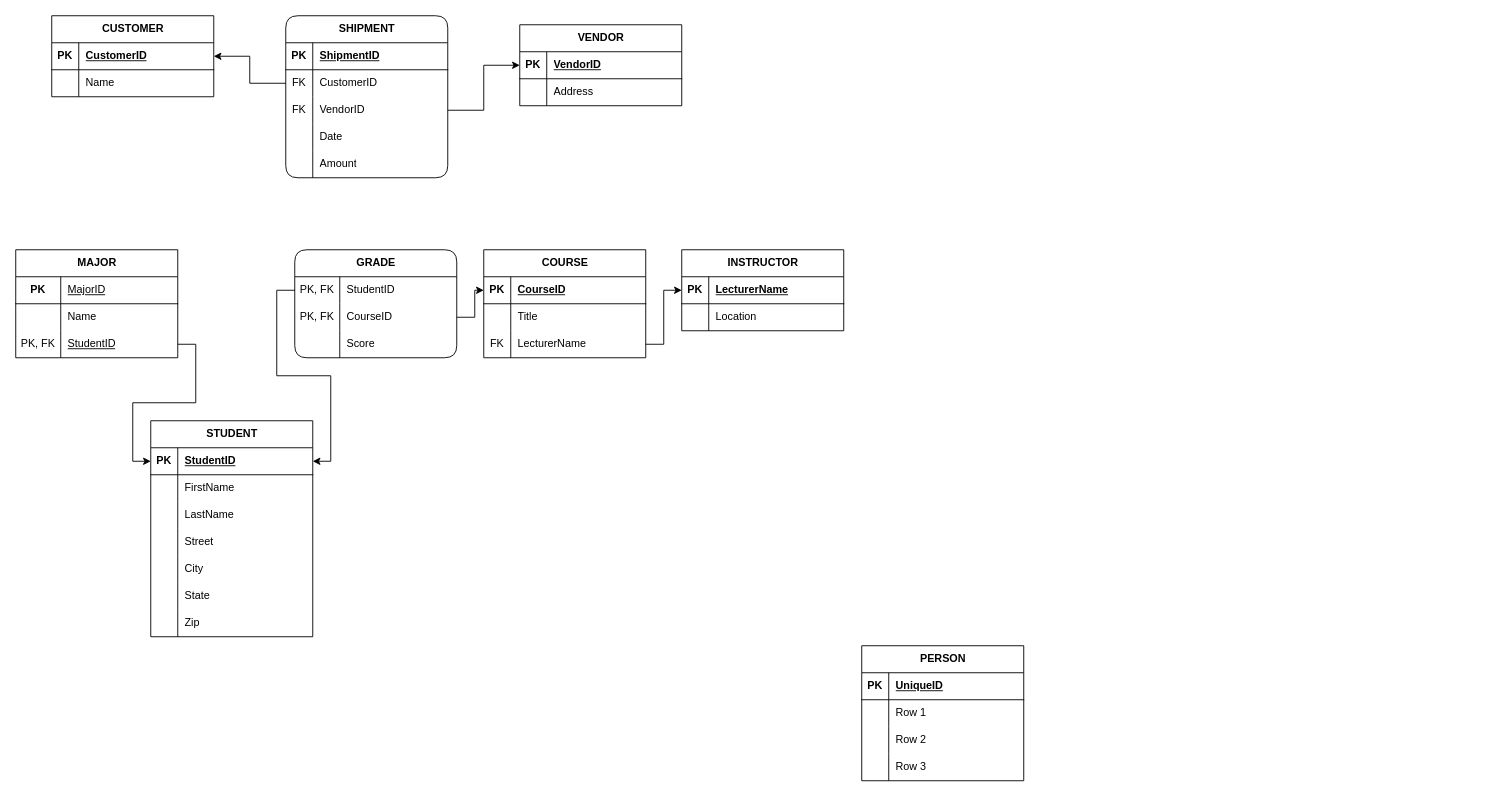
The draw.io diagram C4 ERD.drawio in SamanZargarzadeh/ERD, before the edit. Source tidied: cells renumbered, new cells numbered last; positions are measured from the earlier drawing's top-left corner, leaving out a move shared by most shapes. Both pictures are drawn from the tidied source at 90%, with x=0, y=0 at pixel (15, 15).
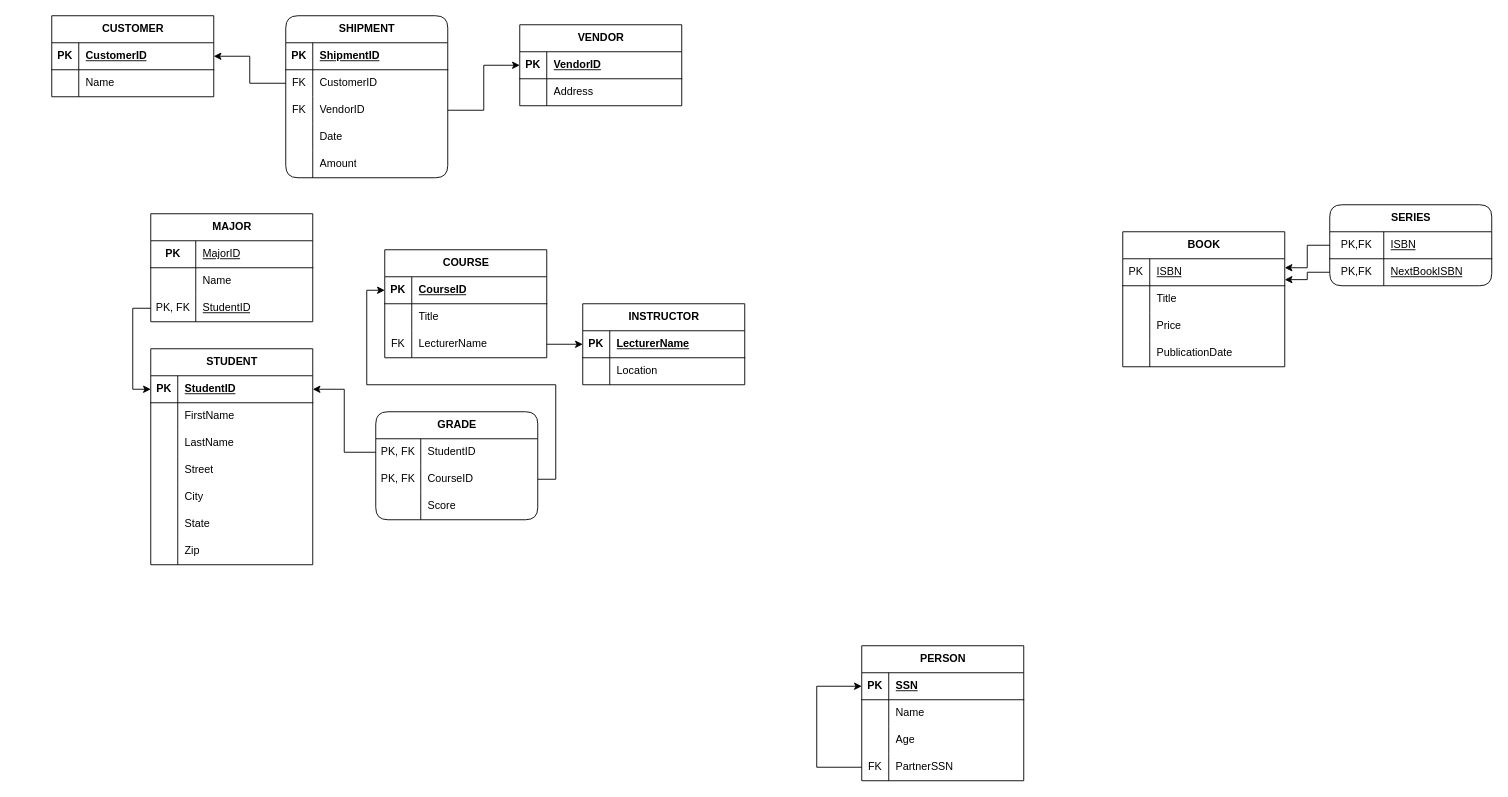
The same page after the edit.

Unchanged cells that the change refers to:
```xml
<mxCell id="100" style="shape=tableRow;horizontal=0;startSize=0;swimlaneHead=0;swimlaneBody=0;fillColor=none;points=[[0,0.5],[1,0.5]];portConstraint=eastwest;top=0;left=0;right=0;bottom=1;" parent="99" vertex="1">
  <mxGeometry y="30" width="180" height="30" as="geometry" />
</mxCell>
<mxCell id="103" style="shape=tableRow;horizontal=0;startSize=0;swimlaneHead=0;swimlaneBody=0;fillColor=none;top=0;left=0;right=0;bottom=0;" parent="99" vertex="1">
  <mxGeometry y="60" width="180" height="30" as="geometry" />
</mxCell>
<mxCell id="106" style="shape=tableRow;horizontal=0;startSize=0;swimlaneHead=0;swimlaneBody=0;fillColor=none;top=0;left=0;right=0;bottom=0;" parent="99" vertex="1">
  <mxGeometry y="90" width="180" height="30" as="geometry" />
</mxCell>
<mxCell id="109" style="shape=tableRow;horizontal=0;startSize=0;swimlaneHead=0;swimlaneBody=0;fillColor=none;points=[[0,0.5],[1,0.5]];portConstraint=eastwest;top=0;left=0;right=0;bottom=0;" parent="99" vertex="1">
  <mxGeometry y="120" width="180" height="30" as="geometry" />
</mxCell>
```

What changed in the source:
```diff
@@
+    <mxCell id="112" style="edgeStyle=orthogonalEdgeStyle;rounded=0;jettySize=auto;html=1;entryX=0;entryY=0.5;entryDx=0;entryDy=0;" parent="1" edge="1" source="109" target="100">
+      <mxGeometry relative="1" as="geometry">
+        <Array as="points">
+          <mxPoint x="890" y="835" />
+          <mxPoint x="890" y="745" />
+        </Array>
+      </mxGeometry>
+    </mxCell>
@@
     <mxCell id="36" value="STUDENT" style="shape=table;startSize=30;childLayout=tableLayout;rowLines=0;fontStyle=1;align=center;html=1;" parent="1" vertex="1">
-      <mxGeometry x="150" y="450" width="180" height="240" as="geometry" />
+      <mxGeometry x="150" y="370" width="180" height="240" as="geometry" />
     </mxCell>
@@
     <mxCell id="58" value="COURSE" style="shape=table;startSize=30;childLayout=tableLayout;rowLines=0;fontStyle=1;align=center;html=1;" parent="1" vertex="1">
-      <mxGeometry x="520" y="260" width="180" height="120" as="geometry" />
+      <mxGeometry x="410" y="260" width="180" height="120" as="geometry" />
     </mxCell>
@@
     <mxCell id="68" value="INSTRUCTOR" style="shape=table;startSize=30;childLayout=tableLayout;rowLines=0;fontStyle=1;align=center;html=1;" parent="1" vertex="1">
-      <mxGeometry x="740" y="260" width="180" height="90" as="geometry" />
+      <mxGeometry x="630" y="320" width="180" height="90" as="geometry" />
     </mxCell>
@@
     <mxCell id="75" value="MAJOR" style="shape=table;startSize=30;childLayout=tableLayout;rowLines=0;fontStyle=1;align=center;html=1;" parent="1" vertex="1">
-      <mxGeometry y="260" width="180" height="120" as="geometry" />
+      <mxGeometry x="150" y="220" width="180" height="120" as="geometry" />
     </mxCell>
@@
     <mxCell id="85" value="GRADE" style="shape=table;startSize=30;childLayout=tableLayout;rowLines=0;fontStyle=1;align=center;html=1;rounded=1;" parent="1" vertex="1">
-      <mxGeometry x="310" y="260" width="180" height="120" as="geometry" />
+      <mxGeometry x="400" y="440" width="180" height="120" as="geometry" />
     </mxCell>
@@
-    <mxCell id="102" value="UniqueID" style="shape=partialRectangle;fillColor=none;top=0;left=0;bottom=0;right=0;align=left;spacingLeft=6;fontStyle=5;overflow=hidden;whiteSpace=wrap;html=1;" parent="100" vertex="1">
+    <mxCell id="102" value="SSN" style="shape=partialRectangle;fillColor=none;top=0;left=0;bottom=0;right=0;align=left;spacingLeft=6;fontStyle=5;overflow=hidden;whiteSpace=wrap;html=1;" parent="100" vertex="1">
       <mxGeometry x="30" width="150" height="30" as="geometry" />
     </mxCell>
@@
-    <mxCell id="105" value="Row 1" style="shape=partialRectangle;fillColor=none;top=0;left=0;bottom=0;right=0;align=left;spacingLeft=6;overflow=hidden;whiteSpace=wrap;html=1;" parent="103" vertex="1">
+    <mxCell id="105" value="Name" style="shape=partialRectangle;fillColor=none;top=0;left=0;bottom=0;right=0;align=left;spacingLeft=6;overflow=hidden;whiteSpace=wrap;html=1;" parent="103" vertex="1">
       <mxGeometry x="30" width="150" height="30" as="geometry" />
     </mxCell>
@@
-    <mxCell id="108" value="Row 2" style="shape=partialRectangle;fillColor=none;top=0;left=0;bottom=0;right=0;align=left;spacingLeft=6;overflow=hidden;whiteSpace=wrap;html=1;" parent="106" vertex="1">
+    <mxCell id="108" value="Age" style="shape=partialRectangle;fillColor=none;top=0;left=0;bottom=0;right=0;align=left;spacingLeft=6;overflow=hidden;whiteSpace=wrap;html=1;" parent="106" vertex="1">
       <mxGeometry x="30" width="150" height="30" as="geometry" />
     </mxCell>
@@
-    <mxCell id="110" style="shape=partialRectangle;fillColor=none;top=0;left=0;bottom=0;right=0;overflow=hidden;whiteSpace=wrap;html=1;" parent="109" vertex="1">
+    <mxCell id="110" value="FK" style="shape=partialRectangle;fillColor=none;top=0;left=0;bottom=0;right=0;overflow=hidden;whiteSpace=wrap;html=1;" parent="109" vertex="1">
       <mxGeometry width="30" height="30" as="geometry" />
     </mxCell>
-    <mxCell id="111" value="Row 3" style="shape=partialRectangle;fillColor=none;top=0;left=0;bottom=0;right=0;align=left;spacingLeft=6;overflow=hidden;whiteSpace=wrap;html=1;" parent="109" vertex="1">
+    <mxCell id="111" value="PartnerSSN" style="shape=partialRectangle;fillColor=none;top=0;left=0;bottom=0;right=0;align=left;spacingLeft=6;overflow=hidden;whiteSpace=wrap;html=1;" parent="109" vertex="1">
       <mxGeometry x="30" width="150" height="30" as="geometry" />
     </mxCell>
+    <mxCell id="113" value="BOOK" style="shape=table;startSize=30;childLayout=tableLayout;rowLines=0;fontStyle=1;align=center;html=1;" parent="1" vertex="1">
+      <mxGeometry x="1230" y="240" width="180" height="150" as="geometry" />
+    </mxCell>
+    <mxCell id="114" style="shape=tableRow;horizontal=0;startSize=0;swimlaneHead=0;swimlaneBody=0;fillColor=none;points=[[0,0.5],[1,0.5]];portConstraint=eastwest;top=0;left=0;right=0;bottom=1;" parent="113" vertex="1">
+      <mxGeometry y="30" width="180" height="30" as="geometry" />
+    </mxCell>
+    <mxCell id="115" value="PK" style="shape=partialRectangle;fillColor=none;top=0;left=0;bottom=0;right=0;fontStyle=0;overflow=hidden;whiteSpace=wrap;html=1;" parent="114" vertex="1">
+      <mxGeometry width="30" height="30" as="geometry" />
+    </mxCell>
+    <mxCell id="116" value="ISBN" style="shape=partialRectangle;fillColor=none;top=0;left=0;bottom=0;right=0;align=left;spacingLeft=6;fontStyle=4;overflow=hidden;whiteSpace=wrap;html=1;" parent="114" vertex="1">
+      <mxGeometry x="30" width="150" height="30" as="geometry" />
+    </mxCell>
+    <mxCell id="117" style="shape=tableRow;horizontal=0;startSize=0;swimlaneHead=0;swimlaneBody=0;fillColor=none;top=0;left=0;right=0;bottom=0;" parent="113" vertex="1">
+      <mxGeometry y="60" width="180" height="30" as="geometry" />
+    </mxCell>
+    <mxCell id="118" style="shape=partialRectangle;fillColor=none;top=0;left=0;bottom=0;right=0;overflow=hidden;whiteSpace=wrap;html=1;" parent="117" vertex="1">
+      <mxGeometry width="30" height="30" as="geometry" />
+    </mxCell>
+    <mxCell id="119" value="Title" style="shape=partialRectangle;fillColor=none;top=0;left=0;bottom=0;right=0;align=left;spacingLeft=6;overflow=hidden;whiteSpace=wrap;html=1;" parent="117" vertex="1">
+      <mxGeometry x="30" width="150" height="30" as="geometry" />
+    </mxCell>
+    <mxCell id="120" style="shape=tableRow;horizontal=0;startSize=0;swimlaneHead=0;swimlaneBody=0;fillColor=none;top=0;left=0;right=0;bottom=0;" parent="113" vertex="1">
+      <mxGeometry y="90" width="180" height="30" as="geometry" />
+    </mxCell>
+    <mxCell id="121" style="shape=partialRectangle;fillColor=none;top=0;left=0;bottom=0;right=0;overflow=hidden;whiteSpace=wrap;html=1;" parent="120" vertex="1">
+      <mxGeometry width="30" height="30" as="geometry" />
+    </mxCell>
+    <mxCell id="122" value="Price" style="shape=partialRectangle;fillColor=none;top=0;left=0;bottom=0;right=0;align=left;spacingLeft=6;overflow=hidden;whiteSpace=wrap;html=1;" parent="120" vertex="1">
+      <mxGeometry x="30" width="150" height="30" as="geometry" />
+    </mxCell>
+    <mxCell id="123" style="shape=tableRow;horizontal=0;startSize=0;swimlaneHead=0;swimlaneBody=0;fillColor=none;top=0;left=0;right=0;bottom=0;" parent="113" vertex="1">
+      <mxGeometry y="120" width="180" height="30" as="geometry" />
+    </mxCell>
+    <mxCell id="124" style="shape=partialRectangle;fillColor=none;top=0;left=0;bottom=0;right=0;overflow=hidden;whiteSpace=wrap;html=1;" parent="123" vertex="1">
+      <mxGeometry width="30" height="30" as="geometry" />
+    </mxCell>
+    <mxCell id="125" value="PublicationDate" style="shape=partialRectangle;fillColor=none;top=0;left=0;bottom=0;right=0;align=left;spacingLeft=6;overflow=hidden;whiteSpace=wrap;html=1;" parent="123" vertex="1">
+      <mxGeometry x="30" width="150" height="30" as="geometry" />
+    </mxCell>
+    <mxCell id="126" value="SERIES" style="shape=table;startSize=30;childLayout=tableLayout;rowLines=0;fontStyle=1;align=center;html=1;rounded=1;" parent="1" vertex="1">
+      <mxGeometry x="1460" y="210" width="180" height="90" as="geometry" />
+    </mxCell>
+    <mxCell id="127" style="shape=tableRow;horizontal=0;startSize=0;swimlaneHead=0;swimlaneBody=0;fillColor=none;points=[[0,0.5],[1,0.5]];portConstraint=eastwest;top=0;left=0;right=0;bottom=1;" parent="126" vertex="1">
+      <mxGeometry y="30" width="180" height="30" as="geometry" />
+    </mxCell>
+    <mxCell id="128" value="&lt;span style=&quot;font-weight: normal;&quot;&gt;PK,FK&lt;/span&gt;" style="shape=partialRectangle;fillColor=none;top=0;left=0;bottom=0;right=0;fontStyle=1;overflow=hidden;whiteSpace=wrap;html=1;" parent="127" vertex="1">
+      <mxGeometry width="60" height="30" as="geometry" />
+    </mxCell>
+    <mxCell id="129" value="&lt;span style=&quot;font-weight: normal;&quot;&gt;ISBN&lt;/span&gt;" style="shape=partialRectangle;fillColor=none;top=0;left=0;bottom=0;right=0;align=left;spacingLeft=6;fontStyle=5;overflow=hidden;whiteSpace=wrap;html=1;" parent="127" vertex="1">
+      <mxGeometry x="60" width="120" height="30" as="geometry" />
+    </mxCell>
+    <mxCell id="130" style="shape=tableRow;horizontal=0;startSize=0;swimlaneHead=0;swimlaneBody=0;fillColor=none;points=[[0,0.5],[1,0.5]];portConstraint=eastwest;top=0;left=0;right=0;bottom=0;" parent="126" vertex="1">
+      <mxGeometry y="60" width="180" height="30" as="geometry" />
+    </mxCell>
+    <mxCell id="131" value="PK,FK" style="shape=partialRectangle;fillColor=none;top=0;left=0;bottom=0;right=0;overflow=hidden;whiteSpace=wrap;html=1;" parent="130" vertex="1">
+      <mxGeometry width="60" height="30" as="geometry" />
+    </mxCell>
+    <mxCell id="132" value="&lt;u&gt;NextBookISBN&lt;/u&gt;" style="shape=partialRectangle;fillColor=none;top=0;left=0;bottom=0;right=0;align=left;spacingLeft=6;overflow=hidden;whiteSpace=wrap;html=1;" parent="130" vertex="1">
+      <mxGeometry x="60" width="120" height="30" as="geometry" />
+    </mxCell>
+    <mxCell id="133" style="edgeStyle=orthogonalEdgeStyle;rounded=0;jettySize=auto;html=1;entryX=1;entryY=0.333;entryDx=0;entryDy=0;entryPerimeter=0;" parent="1" edge="1" source="127" target="114">
+      <mxGeometry relative="1" as="geometry" />
+    </mxCell>
+    <mxCell id="134" style="edgeStyle=orthogonalEdgeStyle;rounded=0;jettySize=auto;html=1;entryX=1;entryY=0.774;entryDx=0;entryDy=0;entryPerimeter=0;" parent="1" edge="1" source="130" target="114">
+      <mxGeometry relative="1" as="geometry" />
+    </mxCell>
```
